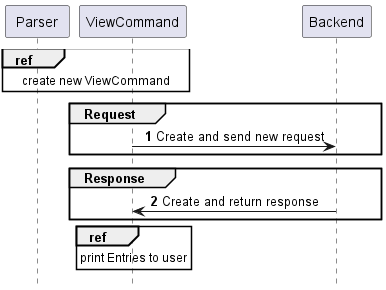
This is docs/static/frontend/commands/ViewCommandOverallSequenceDiagram.png from nus-cs2113-AY2223S2/tp, a PlantUML export, as it was before one commit. Its source is kept beside it as docs/diagrams/frontend/commands/ViewCommandOverallSequenceDiagram.puml.
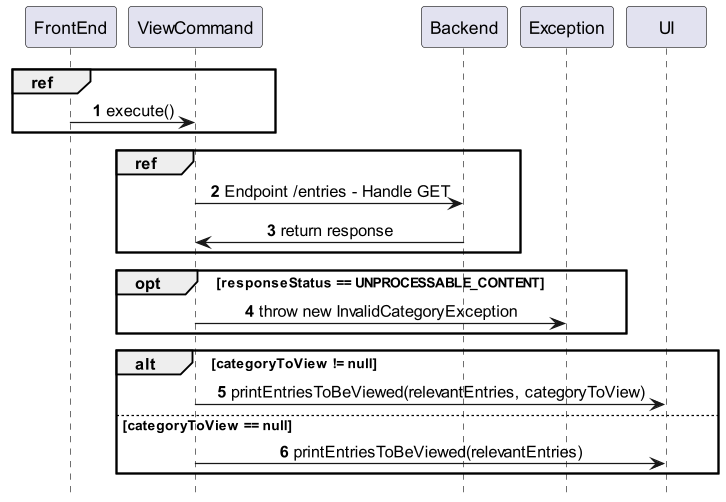
Above is the later version.

Commit message:
Update ViewCommand sequence diagram

What changed in the source:
```diff
@@ -3,14 +3,19 @@
 
 autonumber
 
-ref over Parser, ViewCommand : create new ViewCommand
-group Request
-ViewCommand -> Backend : Create and send new request
+group ref
+FrontEnd -> ViewCommand : execute()
 end
-group Response
-Backend -> ViewCommand : Create and return response
+group ref
+ViewCommand -> Backend : Endpoint /entries - Handle GET
+Backend -> ViewCommand : return response
 end
-ref over ViewCommand: print Entries to user
-
-
+opt responseStatus == UNPROCESSABLE_CONTENT
+    ViewCommand -> Exception : throw new InvalidCategoryException
+end
+alt categoryToView != null
+    ViewCommand -> UI : printEntriesToBeViewed(relevantEntries, categoryToView)
+else categoryToView == null
+    ViewCommand -> UI :printEntriesToBeViewed(relevantEntries)
+end
 @enduml
```
